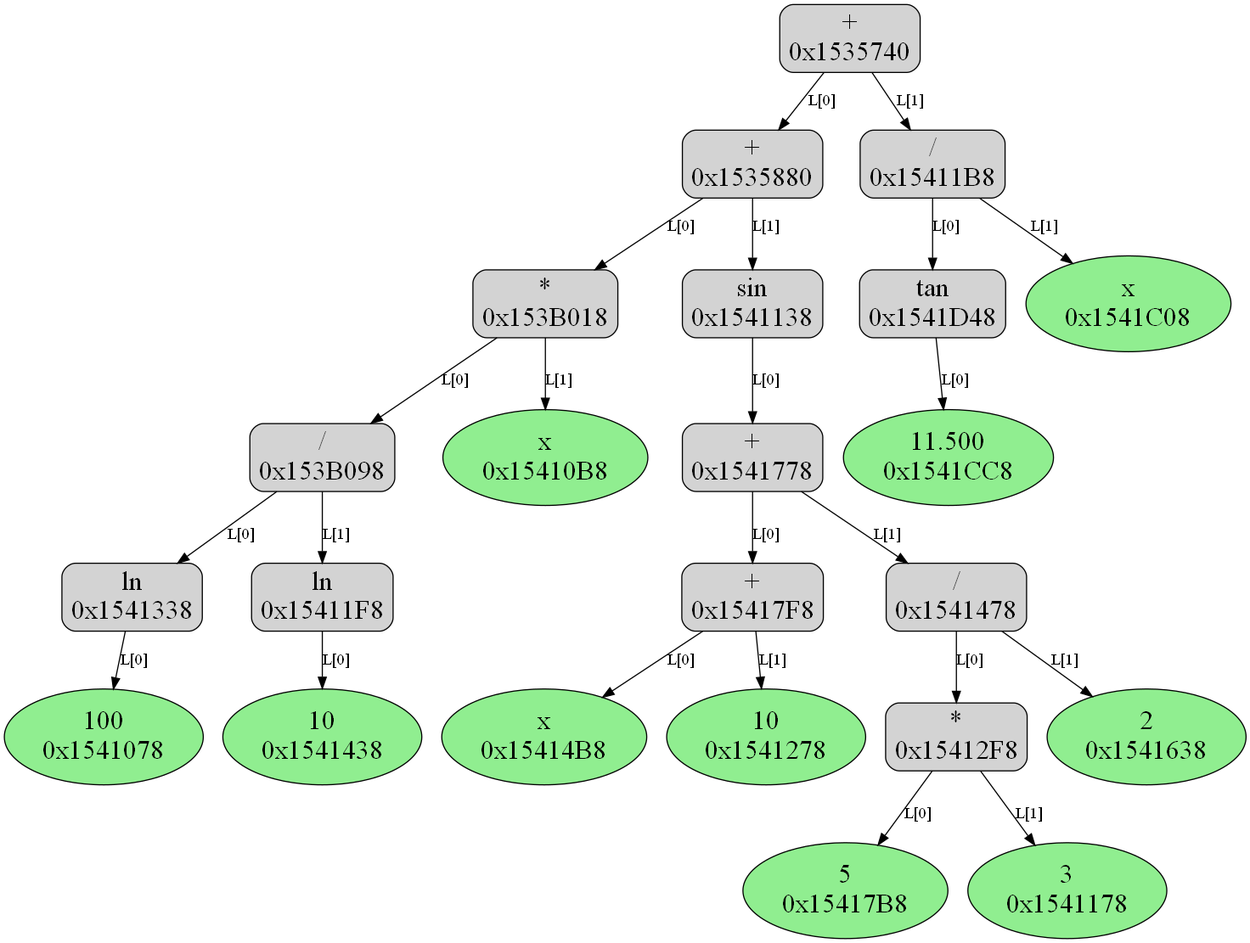
Earlier version of the Graphviz export Differentiator/originalTree.png (Nechda/Techno_track). Its source is kept beside it as Differentiator/originalTree.dot.
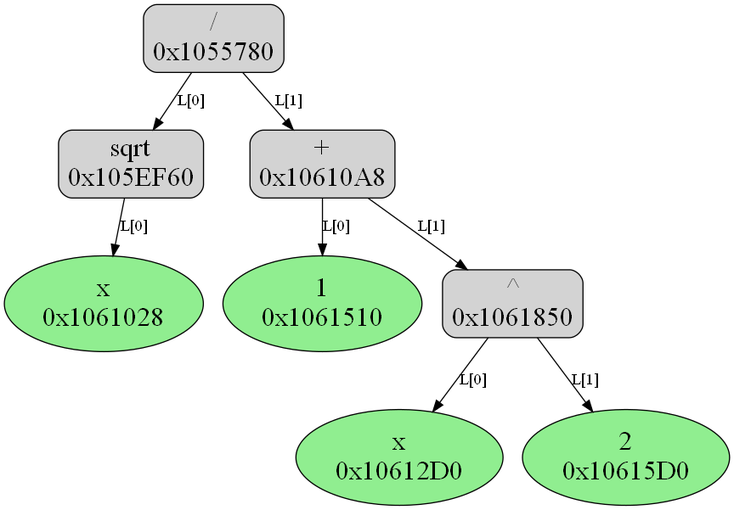
The same diagram one commit later.

Change to the diagram source:
```diff
@@ -1,116 +1,41 @@
 digraph{
 node [color = "black", fontsize = 24, shape = "box", style = "filled, rounded", fillcolor = "lightgray"]
 edge [color = "black", fontsize = 24]
-"100
-0x1541078" [shape = "ellipse", fillcolor = "lightgreen"]
- "ln
-0x1541338"
- "ln
-0x1541338" ->  "100
-0x1541078" [label = "L[0]", fontsize = 14]
-"10
-0x1541438" [shape = "ellipse", fillcolor = "lightgreen"]
- "ln
-0x15411F8"
- "ln
-0x15411F8" ->  "10
-0x1541438" [label = "L[0]", fontsize = 14]
+"x
+0x1061028" [shape = "ellipse", fillcolor = "lightgreen"]
+ "sqrt
+0x105EF60"
+ "sqrt
+0x105EF60" ->  "x
+0x1061028" [label = "L[0]", fontsize = 14]
+"1
+0x1061510" [shape = "ellipse", fillcolor = "lightgreen"]
+"x
+0x10612D0" [shape = "ellipse", fillcolor = "lightgreen"]
+"2
+0x10615D0" [shape = "ellipse", fillcolor = "lightgreen"]
+ "^
+0x1061850"
+ "^
+0x1061850" ->  "x
+0x10612D0" [label = "L[0]", fontsize = 14]
+ "^
+0x1061850" ->  "2
+0x10615D0" [label = "L[1]", fontsize = 14]
+ "+
+0x10610A8"
+ "+
+0x10610A8" ->  "1
+0x1061510" [label = "L[0]", fontsize = 14]
+ "+
+0x10610A8" ->  "^
+0x1061850" [label = "L[1]", fontsize = 14]
  "/
-0x153B098"
+0x1055780"
  "/
-0x153B098" ->  "ln
-0x1541338" [label = "L[0]", fontsize = 14]
+0x1055780" ->  "sqrt
+0x105EF60" [label = "L[0]", fontsize = 14]
  "/
-0x153B098" ->  "ln
-0x15411F8" [label = "L[1]", fontsize = 14]
-"x
-0x15410B8" [shape = "ellipse", fillcolor = "lightgreen"]
- "*
-0x153B018"
- "*
-0x153B018" ->  "/
-0x153B098" [label = "L[0]", fontsize = 14]
- "*
-0x153B018" ->  "x
-0x15410B8" [label = "L[1]", fontsize = 14]
-"x
-0x15414B8" [shape = "ellipse", fillcolor = "lightgreen"]
-"10
-0x1541278" [shape = "ellipse", fillcolor = "lightgreen"]
- "+
-0x15417F8"
- "+
-0x15417F8" ->  "x
-0x15414B8" [label = "L[0]", fontsize = 14]
- "+
-0x15417F8" ->  "10
-0x1541278" [label = "L[1]", fontsize = 14]
-"5
-0x15417B8" [shape = "ellipse", fillcolor = "lightgreen"]
-"3
-0x1541178" [shape = "ellipse", fillcolor = "lightgreen"]
- "*
-0x15412F8"
- "*
-0x15412F8" ->  "5
-0x15417B8" [label = "L[0]", fontsize = 14]
- "*
-0x15412F8" ->  "3
-0x1541178" [label = "L[1]", fontsize = 14]
-"2
-0x1541638" [shape = "ellipse", fillcolor = "lightgreen"]
- "/
-0x1541478"
- "/
-0x1541478" ->  "*
-0x15412F8" [label = "L[0]", fontsize = 14]
- "/
-0x1541478" ->  "2
-0x1541638" [label = "L[1]", fontsize = 14]
- "+
-0x1541778"
- "+
-0x1541778" ->  "+
-0x15417F8" [label = "L[0]", fontsize = 14]
- "+
-0x1541778" ->  "/
-0x1541478" [label = "L[1]", fontsize = 14]
- "sin
-0x1541138"
- "sin
-0x1541138" ->  "+
-0x1541778" [label = "L[0]", fontsize = 14]
- "+
-0x1535880"
- "+
-0x1535880" ->  "*
-0x153B018" [label = "L[0]", fontsize = 14]
- "+
-0x1535880" ->  "sin
-0x1541138" [label = "L[1]", fontsize = 14]
-"11.500
-0x1541CC8" [shape = "ellipse", fillcolor = "lightgreen"]
- "tan
-0x1541D48"
- "tan
-0x1541D48" ->  "11.500
-0x1541CC8" [label = "L[0]", fontsize = 14]
-"x
-0x1541C08" [shape = "ellipse", fillcolor = "lightgreen"]
- "/
-0x15411B8"
- "/
-0x15411B8" ->  "tan
-0x1541D48" [label = "L[0]", fontsize = 14]
- "/
-0x15411B8" ->  "x
-0x1541C08" [label = "L[1]", fontsize = 14]
- "+
-0x1535740"
- "+
-0x1535740" ->  "+
-0x1535880" [label = "L[0]", fontsize = 14]
- "+
-0x1535740" ->  "/
-0x15411B8" [label = "L[1]", fontsize = 14]
+0x1055780" ->  "+
+0x10610A8" [label = "L[1]", fontsize = 14]
 }
```
